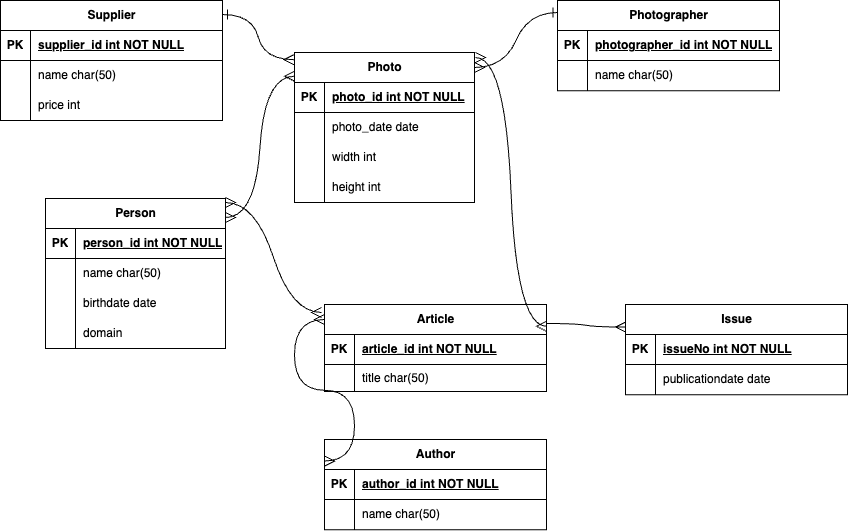
Before: problem2.drawio.png, a diagram exported from draw.io (jimni0/2025_database_ERD). Source tidied: cells renumbered, new cells last; positions are measured from the earlier drawing's top-left corner, leaving out a move shared by most shapes.
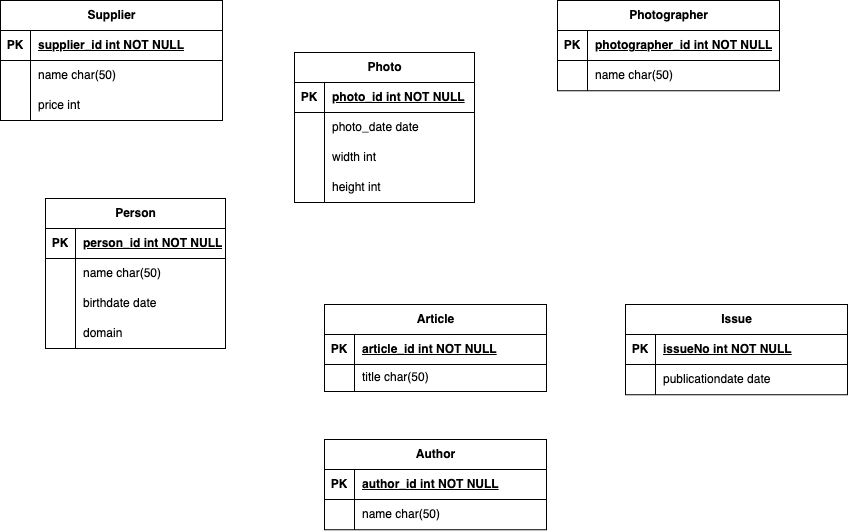
The same diagram one commit later.

What changed in the source:
```diff
@@ -194,67 +194,5 @@
     <mxCell id="65" value="name char(50)" style="shape=partialRectangle;fillColor=none;top=0;left=0;bottom=0;right=0;align=left;spacingLeft=6;overflow=hidden;whiteSpace=wrap;html=1;" parent="63" vertex="1">
       <mxGeometry x="30" width="192" height="30" as="geometry" />
     </mxCell>
-    <mxCell id="66" style="edgeStyle=entityRelationEdgeStyle;fontSize=12;html=1;endArrow=ERone;startArrow=ERmany;rounded=0;startSize=8;endSize=8;curved=1;entryX=0.002;entryY=0.188;entryDx=0;entryDy=0;entryPerimeter=0;startFill=0;endFill=0;" parent="1" edge="1">
-      <mxGeometry relative="1" as="geometry">
-        <mxPoint x="474" y="235" as="sourcePoint" />
-        <mxPoint x="557.4" y="180" as="targetPoint" />
-        <Array as="points">
-          <mxPoint x="534" />
-        </Array>
-      </mxGeometry>
-    </mxCell>
-    <mxCell id="67" style="edgeStyle=entityRelationEdgeStyle;fontSize=12;html=1;endArrow=ERmany;endFill=0;rounded=0;startSize=8;endSize=8;curved=1;startArrow=ERone;startFill=0;entryX=-0.003;entryY=0.048;entryDx=0;entryDy=0;entryPerimeter=0;" parent="1" edge="1" target="2">
-      <mxGeometry relative="1" as="geometry">
-        <mxPoint x="222" y="182" as="sourcePoint" />
-      </mxGeometry>
-    </mxCell>
-    <mxCell id="68" style="edgeStyle=entityRelationEdgeStyle;fontSize=12;html=1;endArrow=ERmany;startArrow=ERmany;rounded=0;startSize=8;endSize=8;curved=1;entryX=0;entryY=0.158;entryDx=0;entryDy=0;entryPerimeter=0;startFill=0;endFill=0;" parent="1" edge="1" target="2">
-      <mxGeometry relative="1" as="geometry">
-        <mxPoint x="225" y="385" as="sourcePoint" />
-        <Array as="points">
-          <mxPoint x="216" y="280" />
-        </Array>
-      </mxGeometry>
-    </mxCell>
-    <mxCell id="69" style="edgeStyle=entityRelationEdgeStyle;fontSize=12;html=1;endArrow=ERmany;endFill=0;rounded=0;startSize=8;endSize=8;curved=1;entryX=0;entryY=0.25;entryDx=0;entryDy=0;" parent="1" edge="1" target="52">
-      <mxGeometry relative="1" as="geometry">
-        <mxPoint x="546" y="491" as="sourcePoint" />
-        <Array as="points">
-          <mxPoint x="631" y="491" />
-        </Array>
-      </mxGeometry>
-    </mxCell>
-    <mxCell id="70" style="edgeStyle=entityRelationEdgeStyle;fontSize=12;html=1;endArrow=ERmany;startArrow=ERmany;rounded=0;startSize=8;endSize=8;curved=1;startFill=0;endFill=0;exitX=0;exitY=0.25;exitDx=0;exitDy=0;" parent="1" edge="1">
-      <mxGeometry relative="1" as="geometry">
-        <mxPoint x="324" y="628.6" as="sourcePoint" />
-        <mxPoint x="324" y="487" as="targetPoint" />
-        <Array as="points">
-          <mxPoint x="246" y="523" />
-          <mxPoint x="294" y="729" />
-          <mxPoint x="242" y="542" />
-          <mxPoint x="206" y="550" />
-        </Array>
-      </mxGeometry>
-    </mxCell>
-    <mxCell id="71" style="edgeStyle=entityRelationEdgeStyle;fontSize=12;html=1;endArrow=ERmany;startArrow=ERmany;rounded=0;startSize=8;endSize=8;curved=1;startFill=0;endFill=0;entryX=1;entryY=0.25;entryDx=0;entryDy=0;" parent="1" edge="1" target="45">
-      <mxGeometry relative="1" as="geometry">
-        <mxPoint x="475" y="225" as="sourcePoint" />
-        <Array as="points">
-          <mxPoint x="457" y="310" />
-          <mxPoint x="751" y="333" />
-          <mxPoint x="488" y="365" />
-        </Array>
-      </mxGeometry>
-    </mxCell>
-    <mxCell id="72" style="edgeStyle=entityRelationEdgeStyle;fontSize=12;html=1;endArrow=ERmany;startArrow=ERmany;rounded=0;startSize=8;endSize=8;curved=1;startFill=0;endFill=0;" parent="1" edge="1">
-      <mxGeometry relative="1" as="geometry">
-        <mxPoint x="225" y="370" as="sourcePoint" />
-        <mxPoint x="321" y="480" as="targetPoint" />
-        <Array as="points">
-          <mxPoint x="216" y="265" />
-          <mxPoint x="236" y="338" />
-        </Array>
-      </mxGeometry>
-    </mxCell>
   </root>
 </mxGraphModel>
```
